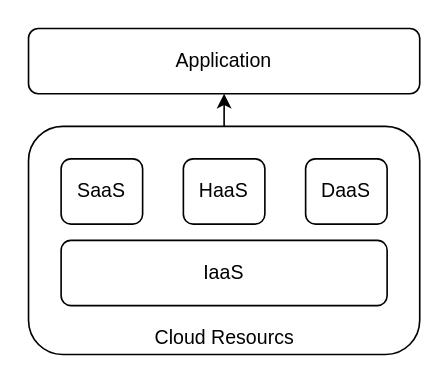
Earlier version of the draw.io diagram drawio/cloud-service-models.drawio (stefanDeveloper/master-thesis). Source tidied: cells renumbered, new cells numbered last; positions are measured from the earlier drawing's top-left corner, leaving out a move shared by most shapes. Both pictures are drawn from the tidied source at 163%, with x=0, y=0 at pixel (28, 28).
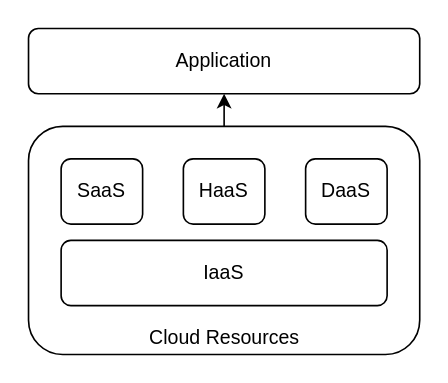
The same diagram, later.

Commit message (it also covers changes not shown here):
Update fig service models

Diff of the diagram source:
```diff
@@
 <mxGraphModel>
   <root>
     <mxCell id="0" />
     <mxCell id="1" parent="0" />
     <mxCell id="2" style="edgeStyle=orthogonalEdgeStyle;rounded=0;jettySize=auto;html=1;exitX=0.5;exitY=0;exitDx=0;exitDy=0;entryX=0.5;entryY=1;entryDx=0;entryDy=0;" parent="1" edge="1" source="3" target="4">
       <mxGeometry relative="1" as="geometry" />
     </mxCell>
     <mxCell id="3" style="rounded=1;whiteSpace=wrap;html=1;fillColor=none;" parent="1" vertex="1">
       <mxGeometry y="60" width="240" height="140" as="geometry" />
     </mxCell>
     <mxCell id="4" value="Application" style="rounded=1;whiteSpace=wrap;html=1;fillColor=none;" parent="1" vertex="1">
       <mxGeometry width="240" height="40" as="geometry" />
     </mxCell>
     <mxCell id="5" value="IaaS" style="rounded=1;whiteSpace=wrap;html=1;fillColor=none;" parent="1" vertex="1">
       <mxGeometry x="20" y="130" width="200" height="40" as="geometry" />
     </mxCell>
     <mxCell id="6" value="SaaS" style="rounded=1;whiteSpace=wrap;html=1;fillColor=none;" parent="1" vertex="1">
       <mxGeometry x="20" y="80" width="50" height="40" as="geometry" />
     </mxCell>
     <mxCell id="7" value="HaaS" style="rounded=1;whiteSpace=wrap;html=1;fillColor=none;" parent="1" vertex="1">
       <mxGeometry x="95" y="80" width="50" height="40" as="geometry" />
     </mxCell>
     <mxCell id="8" value="DaaS" style="rounded=1;whiteSpace=wrap;html=1;fillColor=none;" parent="1" vertex="1">
       <mxGeometry x="170" y="80" width="50" height="40" as="geometry" />
     </mxCell>
-    <mxCell id="9" value="Cloud Resourcs" style="text;html=1;align=center;verticalAlign=middle;strokeColor=none;fillColor=none;" parent="1" vertex="1">
-      <mxGeometry x="70" y="180" width="100" height="20" as="geometry" />
+    <mxCell id="9" value="Cloud Resources" style="text;html=1;align=center;verticalAlign=middle;strokeColor=none;fillColor=none;" parent="1" vertex="1">
+      <mxGeometry x="65" y="180" width="110" height="20" as="geometry" />
     </mxCell>
   </root>
 </mxGraphModel>
```
